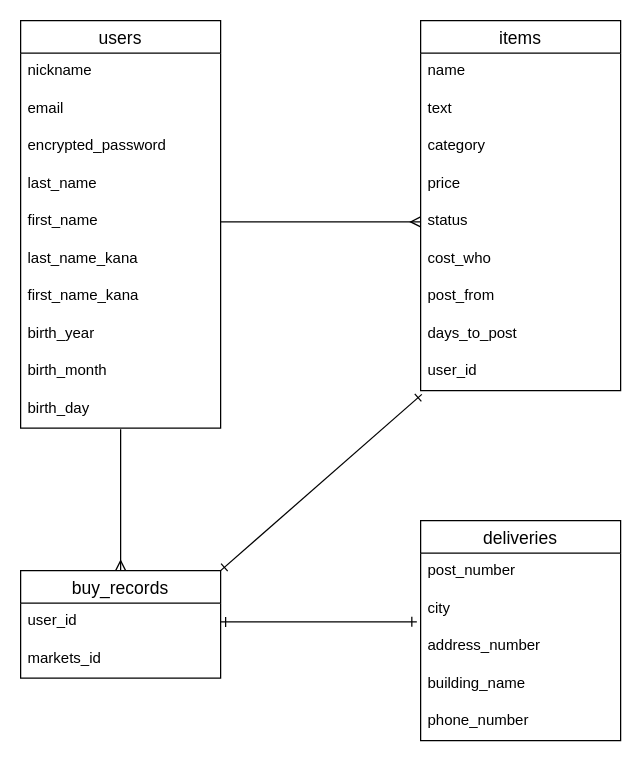
The draw.io diagram furima-35708.dio in yf-steven/furima-35708, before the edit. Source tidied: cells renumbered, new cells numbered last; positions are measured from the earlier drawing's top-left corner, leaving out a move shared by most shapes. Both pictures are drawn from the tidied source at 125%, with x=0, y=0 at pixel (20, 20).
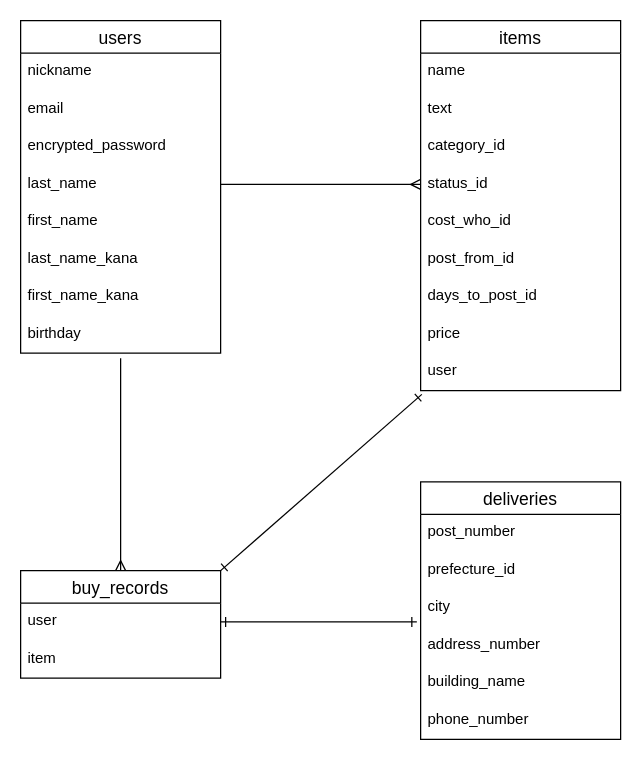
After the change.

Commit message (it also covers changes not shown here):
ER図、README再修正

Unchanged cells that the change refers to:
```xml
<mxCell id="2" value="items" style="swimlane;fontStyle=0;horizontal=1;startSize=26;align=center;fontSize=14;" parent="1" vertex="1">
  <mxGeometry x="320" width="160" height="296" as="geometry" />
</mxCell>
<mxCell id="14" value="buy_records" style="swimlane;fontStyle=0;horizontal=1;startSize=26;align=center;fontSize=14;" parent="1" vertex="1">
  <mxGeometry y="440" width="160" height="86" as="geometry" />
</mxCell>
<mxCell id="27" value="last_name" style="text;strokeColor=none;fillColor=none;spacingLeft=4;spacingRight=4;overflow=hidden;points=[[0,0.5],[1,0.5]];portConstraint=eastwest;fontSize=12;" parent="23" vertex="1">
  <mxGeometry y="116" width="160" height="30" as="geometry" />
</mxCell>
<mxCell id="28" value="first_name" style="text;strokeColor=none;fillColor=none;spacingLeft=4;spacingRight=4;overflow=hidden;points=[[0,0.5],[1,0.5]];portConstraint=eastwest;fontSize=12;" parent="23" vertex="1">
  <mxGeometry y="146" width="160" height="30" as="geometry" />
</mxCell>
```

What changed in the source:
```diff
@@
-    <mxCell id="5" value="category" style="text;strokeColor=none;fillColor=none;spacingLeft=4;spacingRight=4;overflow=hidden;fontSize=12;" parent="2" vertex="1">
+    <mxCell id="5" value="category_id" style="text;strokeColor=none;fillColor=none;spacingLeft=4;spacingRight=4;overflow=hidden;fontSize=12;" parent="2" vertex="1">
       <mxGeometry y="86" width="160" height="30" as="geometry" />
     </mxCell>
-    <mxCell id="6" value="price" style="text;strokeColor=none;fillColor=none;spacingLeft=4;spacingRight=4;overflow=hidden;fontSize=12;" parent="2" vertex="1">
-      <mxGeometry y="116" width="160" height="30" as="geometry" />
-    </mxCell>
-    <mxCell id="7" value="status" style="text;strokeColor=none;fillColor=none;spacingLeft=4;spacingRight=4;overflow=hidden;points=[[0,0.5],[1,0.5]];portConstraint=eastwest;fontSize=12;" parent="2" vertex="1">
-      <mxGeometry y="146" width="160" height="30" as="geometry" />
+    <mxCell id="7" value="status_id" style="text;strokeColor=none;fillColor=none;spacingLeft=4;spacingRight=4;overflow=hidden;points=[[0,0.5],[1,0.5]];portConstraint=eastwest;fontSize=12;" parent="2" vertex="1">
+      <mxGeometry y="116" width="160" height="30" as="geometry" />
     </mxCell>
-    <mxCell id="8" value="cost_who" style="text;strokeColor=none;fillColor=none;spacingLeft=4;spacingRight=4;overflow=hidden;fontSize=12;" parent="2" vertex="1">
-      <mxGeometry y="176" width="160" height="30" as="geometry" />
+    <mxCell id="8" value="cost_who_id" style="text;strokeColor=none;fillColor=none;spacingLeft=4;spacingRight=4;overflow=hidden;fontSize=12;" parent="2" vertex="1">
+      <mxGeometry y="146" width="160" height="30" as="geometry" />
     </mxCell>
-    <mxCell id="9" value="post_from" style="text;strokeColor=none;fillColor=none;spacingLeft=4;spacingRight=4;overflow=hidden;fontSize=12;" parent="2" vertex="1">
-      <mxGeometry y="206" width="160" height="30" as="geometry" />
+    <mxCell id="9" value="post_from_id" style="text;strokeColor=none;fillColor=none;spacingLeft=4;spacingRight=4;overflow=hidden;fontSize=12;" parent="2" vertex="1">
+      <mxGeometry y="176" width="160" height="30" as="geometry" />
     </mxCell>
-    <mxCell id="10" value="days_to_post" style="text;strokeColor=none;fillColor=none;spacingLeft=4;spacingRight=4;overflow=hidden;fontSize=12;" parent="2" vertex="1">
-      <mxGeometry y="236" width="160" height="30" as="geometry" />
+    <mxCell id="10" value="days_to_post_id" style="text;strokeColor=none;fillColor=none;spacingLeft=4;spacingRight=4;overflow=hidden;fontSize=12;" parent="2" vertex="1">
+      <mxGeometry y="206" width="160" height="30" as="geometry" />
     </mxCell>
+    <mxCell id="6" value="price" style="text;strokeColor=none;fillColor=none;spacingLeft=4;spacingRight=4;overflow=hidden;fontSize=12;" parent="2" vertex="1">
+      <mxGeometry y="236" width="160" height="30" as="geometry" />
+    </mxCell>
-    <mxCell id="11" value="user_id" style="text;strokeColor=none;fillColor=none;spacingLeft=4;spacingRight=4;overflow=hidden;points=[[0,0.5],[1,0.5]];portConstraint=eastwest;fontSize=12;" parent="2" vertex="1">
+    <mxCell id="11" value="user" style="text;strokeColor=none;fillColor=none;spacingLeft=4;spacingRight=4;overflow=hidden;points=[[0,0.5],[1,0.5]];portConstraint=eastwest;fontSize=12;" parent="2" vertex="1">
       <mxGeometry y="266" width="160" height="30" as="geometry" />
     </mxCell>
-    <mxCell id="12" style="edgeStyle=orthogonalEdgeStyle;rounded=0;jettySize=auto;html=1;exitX=0.5;exitY=0;exitDx=0;exitDy=0;entryX=0.5;entryY=1.033;entryDx=0;entryDy=0;entryPerimeter=0;endArrow=none;endFill=0;startArrow=ERmany;startFill=0;" parent="1" edge="1" source="14" target="33">
-      <mxGeometry relative="1" as="geometry" />
+    <mxCell id="12" style="edgeStyle=orthogonalEdgeStyle;rounded=0;jettySize=auto;html=1;exitX=0.5;exitY=0;exitDx=0;exitDy=0;endArrow=none;endFill=0;startArrow=ERmany;startFill=0;" parent="1" edge="1" source="14">
+      <mxGeometry relative="1" as="geometry">
+        <mxPoint x="80" y="270" as="targetPoint" />
+      </mxGeometry>
     </mxCell>
@@
-    <mxCell id="15" value="user_id" style="text;strokeColor=none;fillColor=none;spacingLeft=4;spacingRight=4;overflow=hidden;points=[[0,0.5],[1,0.5]];portConstraint=eastwest;fontSize=12;" parent="14" vertex="1">
+    <mxCell id="15" value="user" style="text;strokeColor=none;fillColor=none;spacingLeft=4;spacingRight=4;overflow=hidden;points=[[0,0.5],[1,0.5]];portConstraint=eastwest;fontSize=12;" parent="14" vertex="1">
       <mxGeometry y="26" width="160" height="30" as="geometry" />
     </mxCell>
-    <mxCell id="16" value="markets_id" style="text;strokeColor=none;fillColor=none;spacingLeft=4;spacingRight=4;overflow=hidden;fontSize=12;" parent="14" vertex="1">
+    <mxCell id="16" value="item" style="text;strokeColor=none;fillColor=none;spacingLeft=4;spacingRight=4;overflow=hidden;fontSize=12;" parent="14" vertex="1">
       <mxGeometry y="56" width="160" height="30" as="geometry" />
     </mxCell>
     <mxCell id="17" value="deliveries" style="swimlane;fontStyle=0;horizontal=1;startSize=26;align=center;fontSize=14;" parent="1" vertex="1">
-      <mxGeometry x="320" y="400" width="160" height="176" as="geometry" />
+      <mxGeometry x="320" y="369" width="160" height="206" as="geometry" />
     </mxCell>
+    <mxCell id="36" value="post_number&#10;" style="text;strokeColor=none;fillColor=none;spacingLeft=4;spacingRight=4;overflow=hidden;fontSize=12;" parent="17" vertex="1">
+      <mxGeometry y="26" width="160" height="30" as="geometry" />
+    </mxCell>
-    <mxCell id="18" value="post_number&#10;" style="text;strokeColor=none;fillColor=none;spacingLeft=4;spacingRight=4;overflow=hidden;fontSize=12;" parent="17" vertex="1">
-      <mxGeometry y="26" width="160" height="30" as="geometry" />
+    <mxCell id="18" value="prefecture_id" style="text;strokeColor=none;fillColor=none;spacingLeft=4;spacingRight=4;overflow=hidden;fontSize=12;" parent="17" vertex="1">
+      <mxGeometry y="56" width="160" height="30" as="geometry" />
     </mxCell>
     <mxCell id="19" value="city" style="text;strokeColor=none;fillColor=none;spacingLeft=4;spacingRight=4;overflow=hidden;points=[[0,0.5],[1,0.5]];portConstraint=eastwest;fontSize=12;" parent="17" vertex="1">
-      <mxGeometry y="56" width="160" height="30" as="geometry" />
+      <mxGeometry y="86" width="160" height="30" as="geometry" />
     </mxCell>
     <mxCell id="20" value="address_number&#10;" style="text;strokeColor=none;fillColor=none;spacingLeft=4;spacingRight=4;overflow=hidden;fontSize=12;" parent="17" vertex="1">
-      <mxGeometry y="86" width="160" height="30" as="geometry" />
+      <mxGeometry y="116" width="160" height="30" as="geometry" />
     </mxCell>
     <mxCell id="21" value="building_name" style="text;strokeColor=none;fillColor=none;spacingLeft=4;spacingRight=4;overflow=hidden;fontSize=12;" parent="17" vertex="1">
-      <mxGeometry y="116" width="160" height="30" as="geometry" />
+      <mxGeometry y="146" width="160" height="30" as="geometry" />
     </mxCell>
     <mxCell id="22" value="phone_number" style="text;strokeColor=none;fillColor=none;spacingLeft=4;spacingRight=4;overflow=hidden;fontSize=12;" parent="17" vertex="1">
-      <mxGeometry y="146" width="160" height="30" as="geometry" />
+      <mxGeometry y="176" width="160" height="30" as="geometry" />
     </mxCell>
     <mxCell id="23" value="users" style="swimlane;fontStyle=0;horizontal=1;startSize=26;align=center;fontSize=14;" parent="1" vertex="1">
-      <mxGeometry width="160" height="326" as="geometry" />
+      <mxGeometry width="160" height="266" as="geometry" />
     </mxCell>
@@
-    <mxCell id="31" value="birth_year" style="text;strokeColor=none;fillColor=none;spacingLeft=4;spacingRight=4;overflow=hidden;fontSize=12;" parent="23" vertex="1">
+    <mxCell id="31" value="birthday" style="text;strokeColor=none;fillColor=none;spacingLeft=4;spacingRight=4;overflow=hidden;fontSize=12;" parent="23" vertex="1">
       <mxGeometry y="236" width="160" height="30" as="geometry" />
     </mxCell>
-    <mxCell id="32" value="birth_month" style="text;strokeColor=none;fillColor=none;spacingLeft=4;spacingRight=4;overflow=hidden;fontSize=12;" parent="23" vertex="1">
-      <mxGeometry y="266" width="160" height="30" as="geometry" />
-    </mxCell>
-    <mxCell id="33" value="birth_day" style="text;strokeColor=none;fillColor=none;spacingLeft=4;spacingRight=4;overflow=hidden;points=[[0,0.5],[1,0.5]];portConstraint=eastwest;fontSize=12;" parent="23" vertex="1">
-      <mxGeometry y="296" width="160" height="30" as="geometry" />
-    </mxCell>
-    <mxCell id="34" style="edgeStyle=orthogonalEdgeStyle;rounded=0;jettySize=auto;html=1;exitX=1;exitY=0.5;exitDx=0;exitDy=0;entryX=0;entryY=0.5;entryDx=0;entryDy=0;endArrow=ERmany;endFill=0;" parent="1" edge="1" source="28" target="7">
-      <mxGeometry relative="1" as="geometry" />
-    </mxCell>
+    <mxCell id="37" style="edgeStyle=orthogonalEdgeStyle;rounded=0;jettySize=auto;html=1;exitX=1;exitY=0.5;exitDx=0;exitDy=0;entryX=0;entryY=0.5;entryDx=0;entryDy=0;endArrow=ERmany;endFill=0;" parent="1" edge="1" source="27" target="7">
+      <mxGeometry relative="1" as="geometry" />
+    </mxCell>
-    <mxCell id="35" style="edgeStyle=none;rounded=0;jettySize=auto;html=1;exitX=1;exitY=0.5;exitDx=0;exitDy=0;entryX=-0.019;entryY=0.833;entryDx=0;entryDy=0;entryPerimeter=0;startArrow=ERone;startFill=0;endArrow=ERone;endFill=0;" parent="1" edge="1" source="15" target="19">
+    <mxCell id="35" style="edgeStyle=orthogonalEdgeStyle;rounded=0;jettySize=auto;html=1;exitX=1;exitY=0.5;exitDx=0;exitDy=0;entryX=-0.019;entryY=0.867;entryDx=0;entryDy=0;entryPerimeter=0;endArrow=ERone;endFill=0;startArrow=ERone;startFill=0;" parent="1" edge="1" source="15" target="19">
       <mxGeometry relative="1" as="geometry" />
     </mxCell>
```
